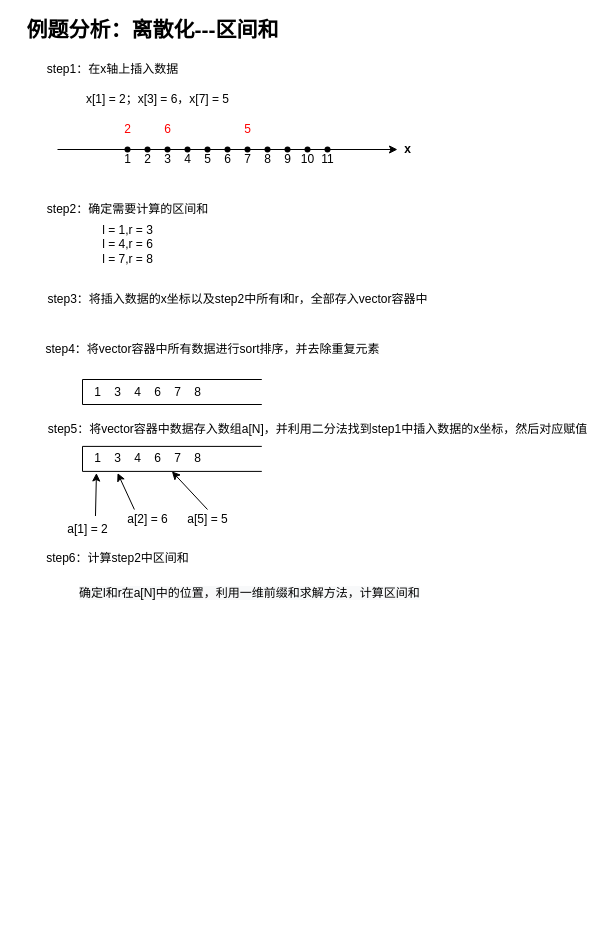
The draw.io diagram page "Page-2" (2 of 2) of Untitled Diagram.drawio in winnerlqy/Images, before the edit. Source tidied: cells renumbered, new cells numbered last; positions are measured from the earlier drawing's top-left corner, leaving out a move shared by most shapes. Both pictures are drawn from the tidied source at 100%, with x=0, y=0 at pixel (17, 19).
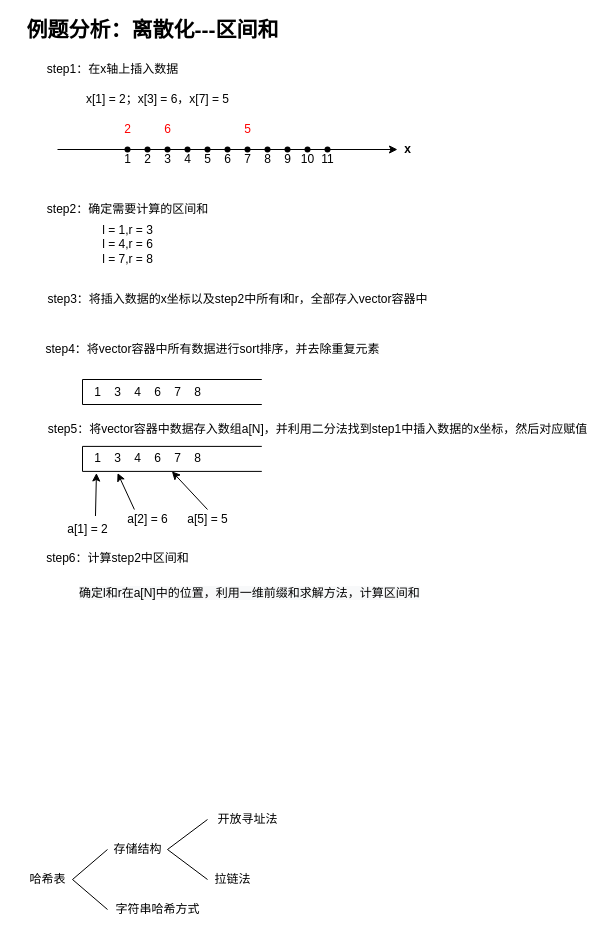
The same diagram, later.

Diff of the diagram source:
```diff
@@
+    <mxCell id="68" value="哈希表" style="text;html=1;align=center;verticalAlign=middle;strokeColor=none;fillColor=none;" parent="1" vertex="1">
+      <mxGeometry x="5" y="850" width="50" height="20" as="geometry" />
+    </mxCell>
+    <mxCell id="69" style="endArrow=none;html=1;rounded=0;" parent="1" edge="1">
+      <mxGeometry relative="1" as="geometry">
+        <mxPoint x="55" y="860" as="sourcePoint" />
+        <mxPoint x="90" y="830" as="targetPoint" />
+      </mxGeometry>
+    </mxCell>
+    <mxCell id="70" style="endArrow=none;html=1;rounded=0;" parent="1" edge="1">
+      <mxGeometry relative="1" as="geometry">
+        <mxPoint x="55" y="860" as="sourcePoint" />
+        <mxPoint x="90" y="890" as="targetPoint" />
+      </mxGeometry>
+    </mxCell>
+    <mxCell id="71" value="存储结构" style="text;html=1;align=center;verticalAlign=middle;strokeColor=none;fillColor=none;" parent="1" vertex="1">
+      <mxGeometry x="90" y="820" width="60" height="20" as="geometry" />
+    </mxCell>
+    <mxCell id="72" style="endArrow=none;html=1;rounded=0;" parent="1" edge="1">
+      <mxGeometry relative="1" as="geometry">
+        <mxPoint x="150" y="830" as="sourcePoint" />
+        <mxPoint x="190" y="800" as="targetPoint" />
+      </mxGeometry>
+    </mxCell>
+    <mxCell id="73" style="endArrow=none;html=1;rounded=0;" parent="1" edge="1">
+      <mxGeometry relative="1" as="geometry">
+        <mxPoint x="150" y="830" as="sourcePoint" />
+        <mxPoint x="190" y="860" as="targetPoint" />
+      </mxGeometry>
+    </mxCell>
+    <mxCell id="74" value="开放寻址法" style="text;html=1;align=center;verticalAlign=middle;strokeColor=none;fillColor=none;" parent="1" vertex="1">
+      <mxGeometry x="190" y="790" width="80" height="20" as="geometry" />
+    </mxCell>
+    <mxCell id="75" value="拉链法" style="text;html=1;align=center;verticalAlign=middle;strokeColor=none;fillColor=none;" parent="1" vertex="1">
+      <mxGeometry x="190" y="850" width="50" height="20" as="geometry" />
+    </mxCell>
+    <mxCell id="76" value="字符串哈希方式" style="text;html=1;align=center;verticalAlign=middle;strokeColor=none;fillColor=none;" parent="1" vertex="1">
+      <mxGeometry x="90" y="880" width="100" height="20" as="geometry" />
+    </mxCell>
```
